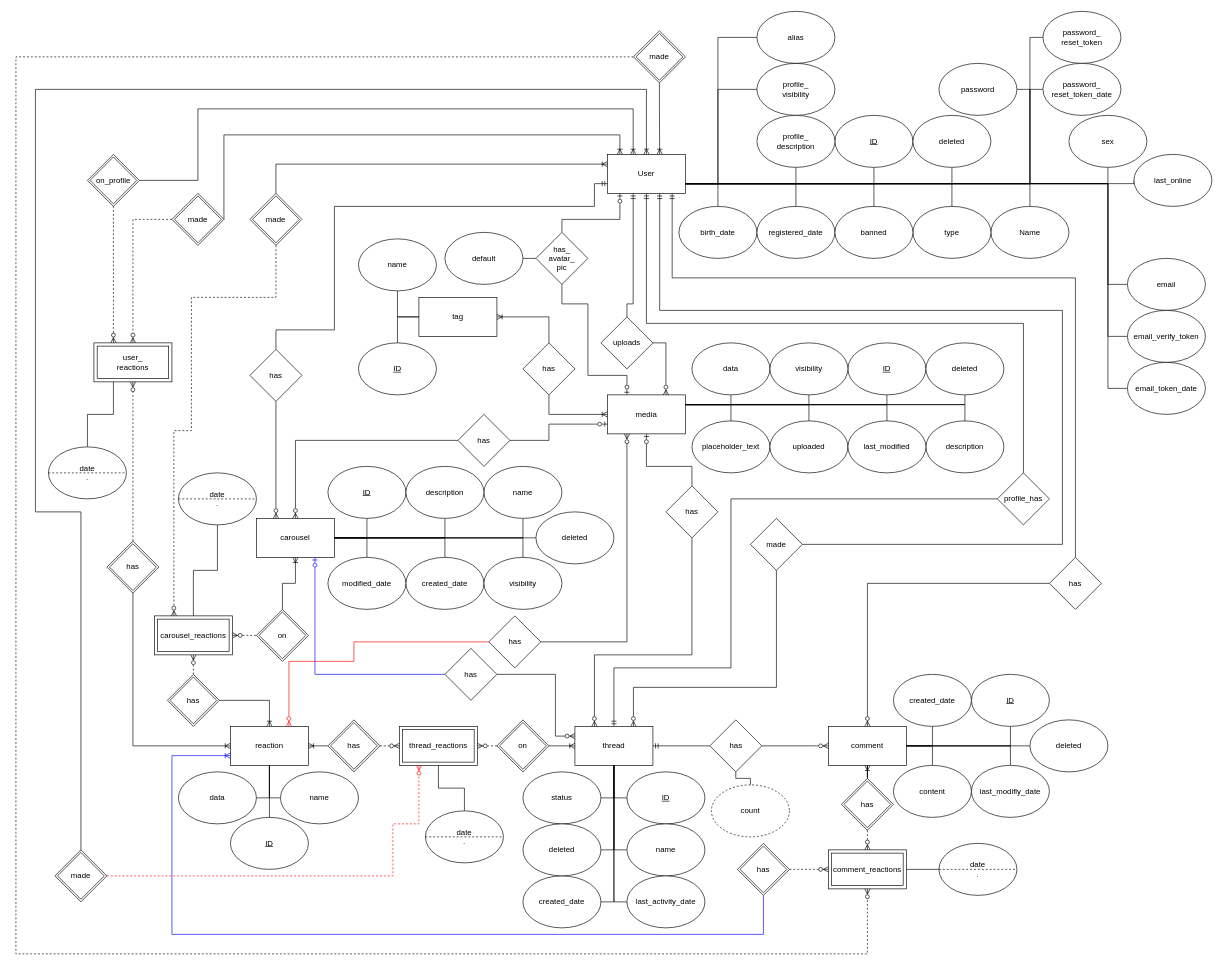
Above: docs/dev/db/appdiagramms/visual_posting_db_er_phase_03.drawio in gombosg21/vizsgaremek (draw.io), before the change. Source tidied: cells renumbered, new cells numbered last; positions are measured from the earlier drawing's top-left corner, leaving out a move shared by most shapes. Both pictures are drawn from the tidied source at 65%, with x=0, y=0 at pixel (16, 11).
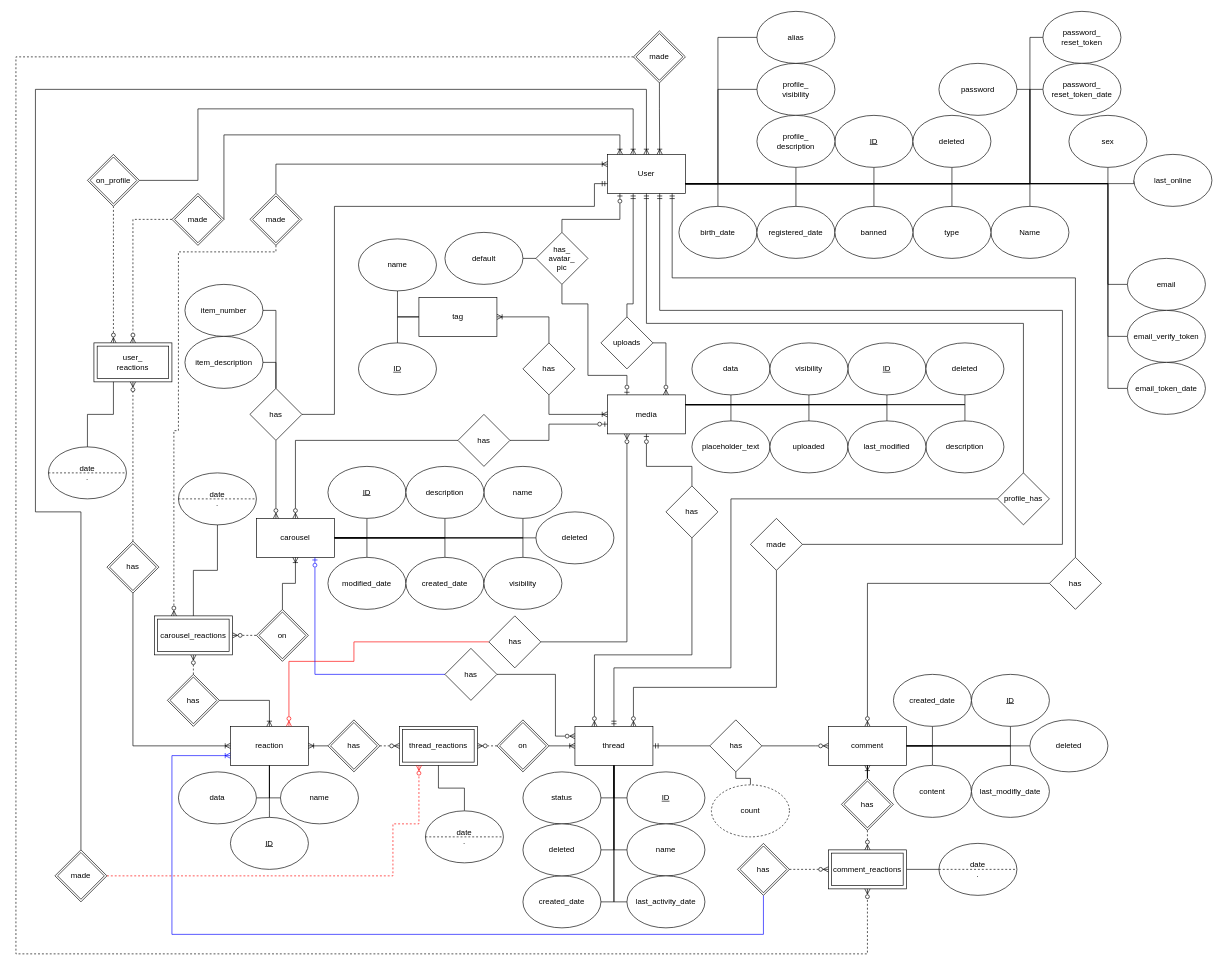
The same diagram, later.

The change refers to these unchanged cells:
```xml
<mxCell id="4" value="User" style="rounded=0;whiteSpace=wrap;html=1;points=[[0,0,0,0,0],[0,0.25,0,0,0],[0,0.5,0,0,0],[0,0.75,0,0,0],[0,1,0,0,0],[0.16,0,0,0,0],[0.16,1,0,0,0],[0.33,0,0,0,0],[0.33,1,0,0,0],[0.5,0,0,0,0],[0.5,1,0,0,0],[0.67,0,0,0,0],[0.67,1,0,0,0],[0.83,0,0,0,0],[0.83,1,0,0,0],[1,0,0,0,0],[1,0.25,0,0,0],[1,0.5,0,0,0],[1,0.75,0,0,0],[1,1,0,0,0]];" parent="1" vertex="1">
  <mxGeometry x="910" y="220" width="120" height="60" as="geometry" />
</mxCell>
<mxCell id="163" value="carousel_reactions" style="rounded=0;whiteSpace=wrap;html=1;" parent="1" vertex="1">
  <mxGeometry x="213" y="930" width="120" height="60" as="geometry" />
</mxCell>
<mxCell id="168" value="made" style="rhombus;whiteSpace=wrap;html=1;double=1;" parent="1" vertex="1">
  <mxGeometry x="360" y="280" width="80" height="80" as="geometry" />
</mxCell>
```

The edit, as a diff of the source:
```diff
@@
-    <mxCell id="141" style="edgeStyle=orthogonalEdgeStyle;rounded=0;jettySize=auto;html=1;exitX=0.5;exitY=0;exitDx=0;exitDy=0;entryX=0;entryY=0.75;entryDx=0;entryDy=0;startArrow=none;startFill=0;endArrow=ERmandOne;endFill=0;" parent="1" edge="1" source="142" target="4">
+    <mxCell id="141" style="edgeStyle=orthogonalEdgeStyle;rounded=0;jettySize=auto;html=1;exitX=1;exitY=0.5;exitDx=0;exitDy=0;entryX=0;entryY=0.75;entryDx=0;entryDy=0;startArrow=none;startFill=0;endArrow=ERmandOne;endFill=0;" parent="1" edge="1" source="142" target="4">
       <mxGeometry relative="1" as="geometry">
         <Array as="points">
-          <mxPoint x="400" y="490" />
-          <mxPoint x="490" y="490" />
+          <mxPoint x="490" y="620" />
           <mxPoint x="490" y="300" />
           <mxPoint x="890" y="300" />
           <mxPoint x="890" y="265" />
         </Array>
       </mxGeometry>
     </mxCell>
     <mxCell id="142" value="has" style="rhombus;whiteSpace=wrap;html=1;" parent="1" vertex="1">
-      <mxGeometry x="360" y="520" width="80" height="80" as="geometry" />
+      <mxGeometry x="360" y="580" width="80" height="80" as="geometry" />
     </mxCell>
@@
     <mxCell id="166" style="edgeStyle=orthogonalEdgeStyle;rounded=0;jettySize=auto;html=1;exitX=0.5;exitY=1;exitDx=0;exitDy=0;entryX=0.25;entryY=0;entryDx=0;entryDy=0;startArrow=none;startFill=0;endArrow=ERzeroToMany;endFill=0;dashed=1;" parent="1" edge="1" source="168" target="163">
       <mxGeometry relative="1" as="geometry">
         <Array as="points">
-          <mxPoint x="400" y="440" />
-          <mxPoint x="270" y="440" />
-          <mxPoint x="270" y="645" />
+          <mxPoint x="400" y="370" />
+          <mxPoint x="250" y="370" />
+          <mxPoint x="250" y="645" />
           <mxPoint x="243" y="645" />
         </Array>
       </mxGeometry>
     </mxCell>
@@
+    <mxCell id="204" style="edgeStyle=orthogonalEdgeStyle;rounded=0;jettySize=auto;html=1;exitX=1;exitY=0.5;exitDx=0;exitDy=0;endArrow=none;endFill=0;" parent="1" edge="1" source="205" target="142">
+      <mxGeometry relative="1" as="geometry" />
+    </mxCell>
+    <mxCell id="205" value="item_number" style="ellipse;whiteSpace=wrap;html=1;" parent="1" vertex="1">
+      <mxGeometry x="260" y="420" width="120" height="80" as="geometry" />
+    </mxCell>
+    <mxCell id="206" style="edgeStyle=orthogonalEdgeStyle;rounded=0;jettySize=auto;html=1;exitX=1;exitY=0.5;exitDx=0;exitDy=0;endArrow=none;endFill=0;" parent="1" edge="1" source="207" target="142">
+      <mxGeometry relative="1" as="geometry" />
+    </mxCell>
+    <mxCell id="207" value="item_description" style="ellipse;whiteSpace=wrap;html=1;" parent="1" vertex="1">
+      <mxGeometry x="260" y="500" width="120" height="80" as="geometry" />
+    </mxCell>
```
